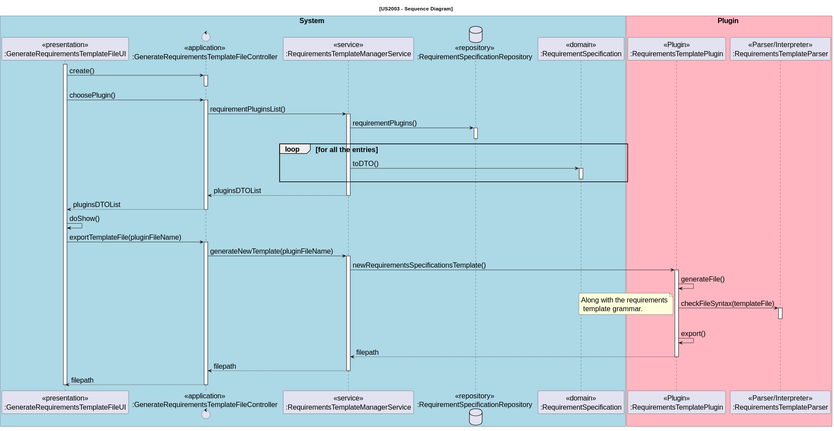
rita-barbosa/LAPR4-2324 keeps this PlantUML diagram as docs/sb_us_2003/US2003_SD/US2003_SD.svg. Above is the earlier version.
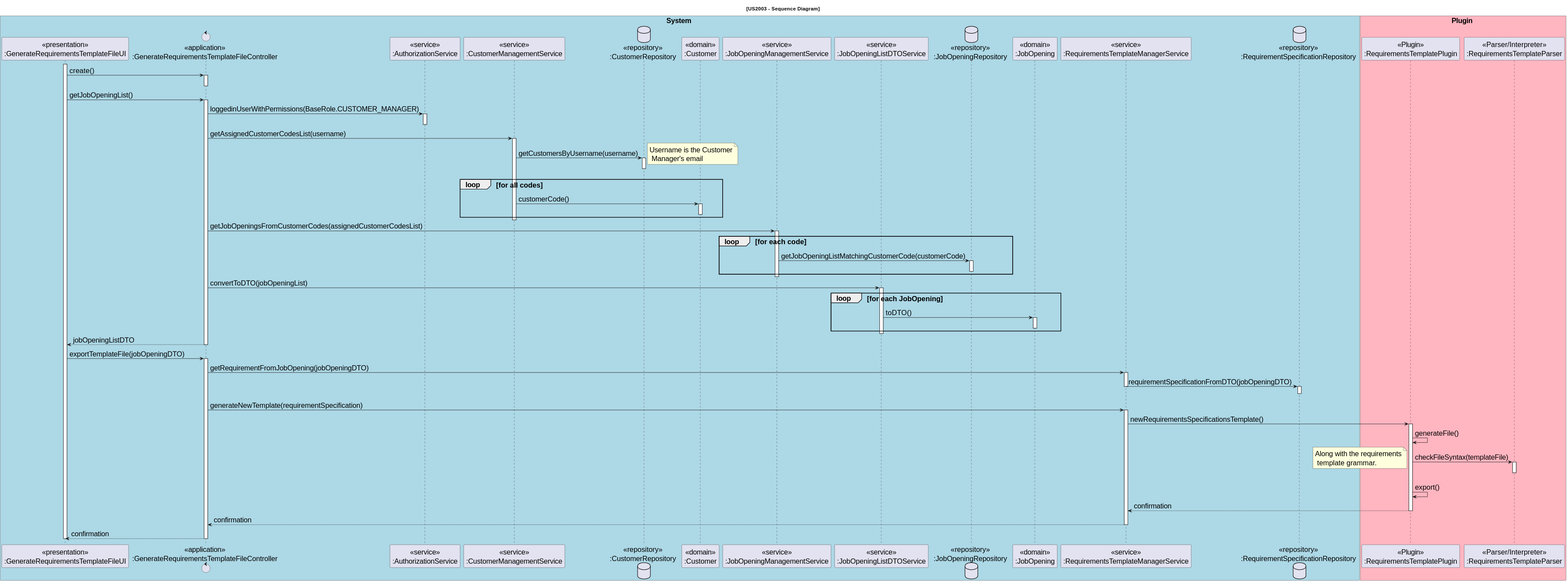
The same diagram one commit later.

Commit message:
docs: US2003 sequence diagram and class diagram corrections after EAPLI explanation + pattern justification update

Diff of the diagram source:
```diff
@@ -6,9 +6,16 @@
 box System #LightBlue
 participant "<<presentation>>\n:GenerateRequirementsTemplateFileUI" as UI
 control "<<application>>\n:GenerateRequirementsTemplateFileController" as CTRL
+participant "<<service>>\n:AuthorizationService" as AuthSvc
+participant "<<service>>\n:CustomerManagementService" as CustomerManagement
+database "<<repository>>\n:CustomerRepository" as CustomerRepository
+participant "<<domain>>\n:Customer" as Customer
+participant "<<service>>\n:JobOpeningManagementService" as JobManagement
+participant "<<service>>\n:JobOpeningListDTOService" as JobOpeningListDTO
+database "<<repository>>\n:JobOpeningRepository" as JobOpeningRepository
+participant "<<domain>>\n:JobOpening" as JobOpening
 participant "<<service>>\n:RequirementsTemplateManagerService" as Manager
 database "<<repository>>\n:RequirementSpecificationRepository" as ReqRep
-participant "<<domain>>\n:RequirementSpecification" as Requirement
 end box
 
 box Plugin #LightPink
@@ -23,36 +30,68 @@
 activate CTRL
 deactivate CTRL
 
-UI -> CTRL : choosePlugin()
+UI -> CTRL : getJobOpeningList()
+activate CTRL
+
+    CTRL -> AuthSvc : loggedinUserWithPermissions(BaseRole.CUSTOMER_MANAGER)
+    activate AuthSvc
+    deactivate AuthSvc
+
+    CTRL -> CustomerManagement : getAssignedCustomerCodesList(username)
+    activate CustomerManagement
+
+        CustomerManagement -> CustomerRepository : getCustomersByUsername(username)
+        note right: Username is the Customer\n Manager's email
+        activate CustomerRepository
+        deactivate CustomerRepository
+
+        loop for all codes
+            CustomerManagement -> Customer : customerCode()
+            activate Customer
+            deactivate Customer
+        end loop
+
+    deactivate CustomerManagement
+
+    CTRL -> JobManagement : getJobOpeningsFromCustomerCodes(assignedCustomerCodesList)
+    activate JobManagement
+        loop for each code
+        JobManagement -> JobOpeningRepository : getJobOpeningListMatchingCustomerCode(customerCode)
+        activate JobOpeningRepository
+        deactivate JobOpeningRepository
+        end loop
+    deactivate JobManagement
+
+CTRL -> JobOpeningListDTO : convertToDTO(jobOpeningList)
+activate JobOpeningListDTO
+
+    loop for each JobOpening
+        JobOpeningListDTO -> JobOpening : toDTO()
+        activate JobOpening
+        deactivate JobOpening
+    end loop
+deactivate JobOpeningListDTO
+
+CTRL --> UI : jobOpeningListDTO
+deactivate CTRL
+
+
+UI -> CTRL : exportTemplateFile(jobOpeningDTO)
 
 activate CTRL
 
-CTRL -> Manager : requirementPluginsList()
+CTRL -> Manager : getRequirementFromJobOpening(jobOpeningDTO)
 activate Manager
 
-Manager -> ReqRep : requirementPlugins()
+Manager -> ReqRep : requirementSpecificationFromDTO(jobOpeningDTO)
+deactivate Manager
 activate ReqRep
+
+ReqRep -[#lightblue]> ReqRep
 deactivate ReqRep
 
-loop for all the entries
-    Manager -> Requirement : toDTO()
-    activate Requirement
-    deactivate Requirement
-end loop
 
-Manager --> CTRL : pluginsDTOList
-
-deactivate Manager
-
-CTRL --> UI : pluginsDTOList
-deactivate CTRL
-
-UI -> UI : doShow()
-
-UI -> CTRL : exportTemplateFile(pluginFileName)
-activate CTRL
-
-    CTRL -> Manager : generateNewTemplate(pluginFileName)
+    CTRL -> Manager : generateNewTemplate(requirementSpecification)
     activate Manager
 
         Manager -> Plugin : newRequirementsSpecificationsTemplate()
@@ -67,13 +106,13 @@
         deactivate Parser
 
         Plugin -> Plugin : export()
-       Plugin --> Manager : filepath
+       Plugin --> Manager : confirmation
     deactivate Plugin
 
-    Manager --> CTRL : filepath
+    Manager --> CTRL : confirmation
     deactivate Manager
 
-    CTRL --> UI : filepath
+    CTRL --> UI : confirmation
 deactivate CTRL
 
 deactivate UI
```
